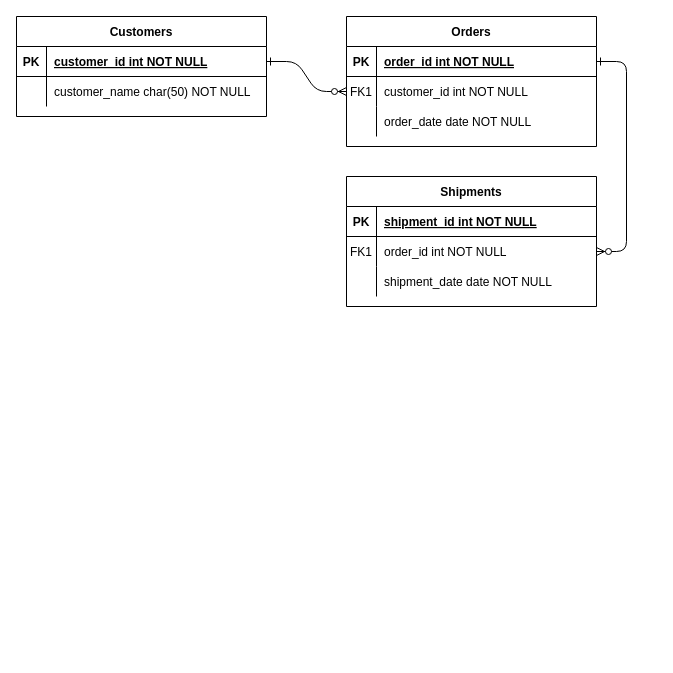
Before: capstone.drawio in jyzayu/capstone-back, a draw.io diagram. Source tidied: cells renumbered, new cells numbered last; positions are measured from the earlier drawing's top-left corner, leaving out a move shared by most shapes. Both pictures are drawn from the tidied source at 100%, with x=0, y=0 at pixel (16, 16).
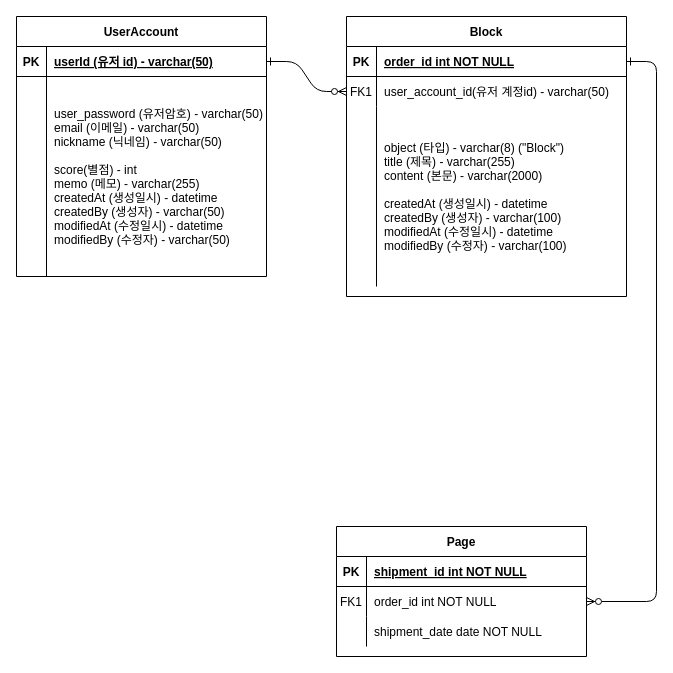
The same page after the edit.

Unchanged cells that the change refers to:
```xml
<mxCell id="25" style="shape=partialRectangle;fillColor=none;points=[[0,0.5],[1,0.5]];portConstraint=eastwest;top=0;left=0;right=0;bottom=1;" parent="24" vertex="1">
  <mxGeometry y="30" width="250" height="30" as="geometry" />
</mxCell>
```

What changed in the source:
```diff
@@
-    <mxCell id="4" value="Orders" style="shape=table;startSize=30;childLayout=tableLayout;rowLines=0;fontStyle=1;align=center;" parent="1" vertex="1">
-      <mxGeometry x="330" width="250" height="130" as="geometry" />
+    <mxCell id="4" value="Block" style="shape=table;startSize=30;childLayout=tableLayout;rowLines=0;fontStyle=1;align=center;" parent="1" vertex="1">
+      <mxGeometry x="330" width="280" height="280" as="geometry" />
     </mxCell>
     <mxCell id="5" style="shape=partialRectangle;fillColor=none;points=[[0,0.5],[1,0.5]];portConstraint=eastwest;top=0;left=0;right=0;bottom=1;" parent="4" vertex="1">
-      <mxGeometry y="30" width="250" height="30" as="geometry" />
+      <mxGeometry y="30" width="280" height="30" as="geometry" />
     </mxCell>
@@
     <mxCell id="7" value="order_id int NOT NULL " style="shape=partialRectangle;overflow=hidden;fillColor=none;top=0;left=0;bottom=0;right=0;align=left;spacingLeft=6;fontStyle=5;" parent="5" vertex="1">
-      <mxGeometry x="30" width="220" height="30" as="geometry" />
+      <mxGeometry x="30" width="250" height="30" as="geometry" />
     </mxCell>
     <mxCell id="8" style="shape=partialRectangle;fillColor=none;points=[[0,0.5],[1,0.5]];portConstraint=eastwest;top=0;left=0;right=0;bottom=0;" parent="4" vertex="1">
-      <mxGeometry y="60" width="250" height="30" as="geometry" />
+      <mxGeometry y="60" width="280" height="30" as="geometry" />
     </mxCell>
@@
-    <mxCell id="10" value="customer_id int NOT NULL" style="shape=partialRectangle;overflow=hidden;fillColor=none;top=0;left=0;bottom=0;right=0;align=left;spacingLeft=6;" parent="8" vertex="1">
-      <mxGeometry x="30" width="220" height="30" as="geometry" />
+    <mxCell id="10" value="user_account_id(유저 계정id) - varchar(50)   " style="shape=partialRectangle;overflow=hidden;fillColor=none;top=0;left=0;bottom=0;right=0;align=left;spacingLeft=6;" parent="8" vertex="1">
+      <mxGeometry x="30" width="250" height="30" as="geometry" />
     </mxCell>
     <mxCell id="11" style="shape=partialRectangle;fillColor=none;top=0;left=0;right=0;bottom=0;" parent="4" vertex="1">
-      <mxGeometry y="90" width="250" height="30" as="geometry" />
+      <mxGeometry y="90" width="280" height="180" as="geometry" />
     </mxCell>
     <mxCell id="12" style="shape=partialRectangle;overflow=hidden;fillColor=none;top=0;left=0;bottom=0;right=0;" parent="11" vertex="1">
-      <mxGeometry width="30" height="30" as="geometry" />
+      <mxGeometry width="30" height="180" as="geometry" />
     </mxCell>
-    <mxCell id="13" value="order_date date NOT NULL" style="shape=partialRectangle;overflow=hidden;fillColor=none;top=0;left=0;bottom=0;right=0;align=left;spacingLeft=6;" parent="11" vertex="1">
-      <mxGeometry x="30" width="220" height="30" as="geometry" />
+    <mxCell id="13" value="object (타입) - varchar(8) (&quot;Block&quot;)&#10;title (제목) - varchar(255)&#10;content (본문) - varchar(2000)&#10;&#10;createdAt (생성일시) - datetime&#10;createdBy (생성자) - varchar(100)&#10;modifiedAt (수정일시) - datetime&#10;modifiedBy (수정자) - varchar(100)" style="shape=partialRectangle;overflow=hidden;fillColor=none;top=0;left=0;bottom=0;right=0;align=left;spacingLeft=6;" parent="11" vertex="1">
+      <mxGeometry x="30" width="250" height="180" as="geometry" />
     </mxCell>
-    <mxCell id="14" value="Shipments" style="shape=table;startSize=30;childLayout=tableLayout;rowLines=0;fontStyle=1;align=center;" parent="1" vertex="1">
-      <mxGeometry x="330" y="160" width="250" height="130" as="geometry" />
+    <mxCell id="14" value="Page" style="shape=table;startSize=30;childLayout=tableLayout;rowLines=0;fontStyle=1;align=center;" parent="1" vertex="1">
+      <mxGeometry x="320" y="510" width="250" height="130" as="geometry" />
     </mxCell>
@@
-    <mxCell id="24" value="Customers" style="shape=table;startSize=30;childLayout=tableLayout;rowLines=0;fontStyle=1;align=center;" parent="1" vertex="1">
-      <mxGeometry width="250" height="100" as="geometry" />
+    <mxCell id="24" value="UserAccount" style="shape=table;startSize=30;childLayout=tableLayout;rowLines=0;fontStyle=1;align=center;" parent="1" vertex="1">
+      <mxGeometry width="250" height="260" as="geometry" />
     </mxCell>
@@
-    <mxCell id="27" value="customer_id int NOT NULL " style="shape=partialRectangle;overflow=hidden;fillColor=none;top=0;left=0;bottom=0;right=0;align=left;spacingLeft=6;fontStyle=5;" parent="25" vertex="1">
+    <mxCell id="27" value="userId (유저 id) - varchar(50) " style="shape=partialRectangle;overflow=hidden;fillColor=none;top=0;left=0;bottom=0;right=0;align=left;spacingLeft=6;fontStyle=5;" parent="25" vertex="1">
       <mxGeometry x="30" width="220" height="30" as="geometry" />
     </mxCell>
     <mxCell id="28" style="shape=partialRectangle;fillColor=none;top=0;left=0;right=0;bottom=0;" parent="24" vertex="1">
-      <mxGeometry y="60" width="250" height="30" as="geometry" />
+      <mxGeometry y="60" width="250" height="200" as="geometry" />
     </mxCell>
     <mxCell id="29" style="shape=partialRectangle;overflow=hidden;fillColor=none;top=0;left=0;bottom=0;right=0;" parent="28" vertex="1">
-      <mxGeometry width="30" height="30" as="geometry" />
+      <mxGeometry width="30" height="200" as="geometry" />
     </mxCell>
-    <mxCell id="30" value="customer_name char(50) NOT NULL" style="shape=partialRectangle;overflow=hidden;fillColor=none;top=0;left=0;bottom=0;right=0;align=left;spacingLeft=6;" parent="28" vertex="1">
-      <mxGeometry x="30" width="220" height="30" as="geometry" />
+    <mxCell id="30" value="user_password (유저암호) - varchar(50)&#10;email (이메일) - varchar(50)&#10;nickname (닉네임) - varchar(50)&#10;&#10;score(별점) - int&#10;memo (메모) - varchar(255)&#10;createdAt (생성일시) - datetime&#10;createdBy (생성자) - varchar(50)&#10;modifiedAt (수정일시) - datetime&#10;modifiedBy (수정자) - varchar(50)" style="shape=partialRectangle;overflow=hidden;fillColor=none;top=0;left=0;bottom=0;right=0;align=left;spacingLeft=6;" parent="28" vertex="1">
+      <mxGeometry x="30" width="220" height="200" as="geometry" />
     </mxCell>
```
